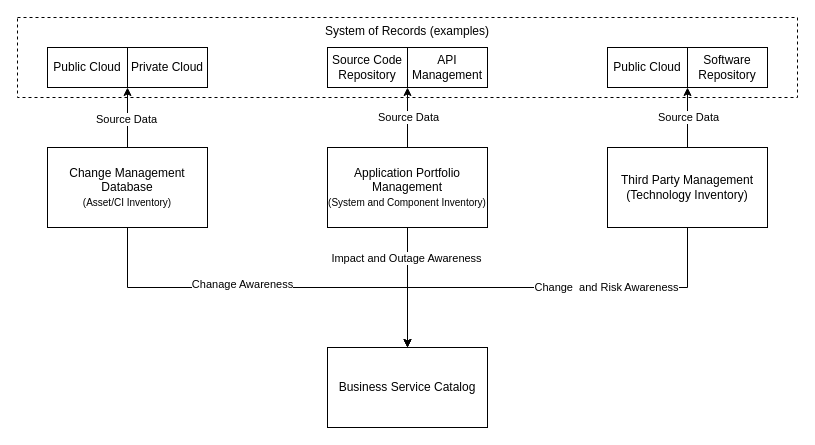
The draw.io diagram page "Inventory and Catalog" (3 of 4) of images/strategy.drawio in bpayt2/temp, before the edit. Source tidied: cells renumbered, new cells numbered last; positions are measured from the earlier drawing's top-left corner, leaving out a move shared by most shapes. Both pictures are drawn from the tidied source at 100%, with x=0, y=0 at pixel (17, 17).
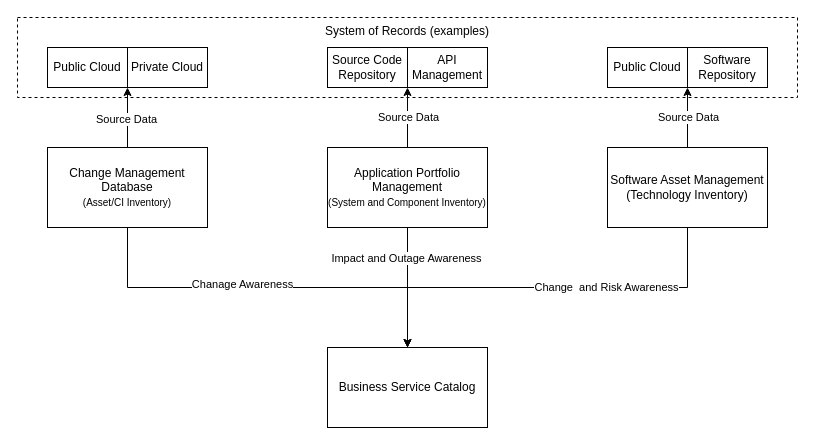
After the change.

What changed in the source:
```diff
@@
-    <mxCell id="17" value="Third Party Management&lt;br&gt;(Technology Inventory)" style="rounded=0;whiteSpace=wrap;html=1;" parent="1" vertex="1">
+    <mxCell id="17" value="Software Asset Management&lt;br&gt;(Technology Inventory)" style="rounded=0;whiteSpace=wrap;html=1;" parent="1" vertex="1">
       <mxGeometry x="590" y="130" width="160" height="80" as="geometry" />
     </mxCell>
```
